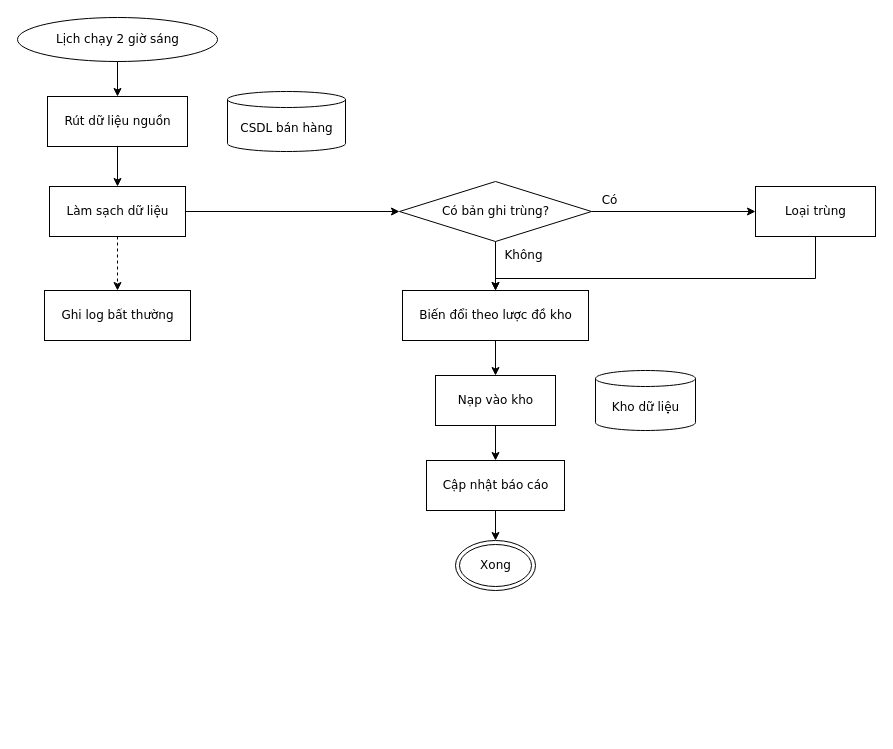
Before: conformance/golden/mermaid/06-etl.drawio in luytbq/flowcast, a draw.io diagram. Source tidied: cells renumbered, new cells numbered last; positions are measured from the earlier drawing's top-left corner, leaving out a move shared by most shapes. Both pictures are drawn from the tidied source at 100%, with x=0, y=0 at pixel (17, 17).
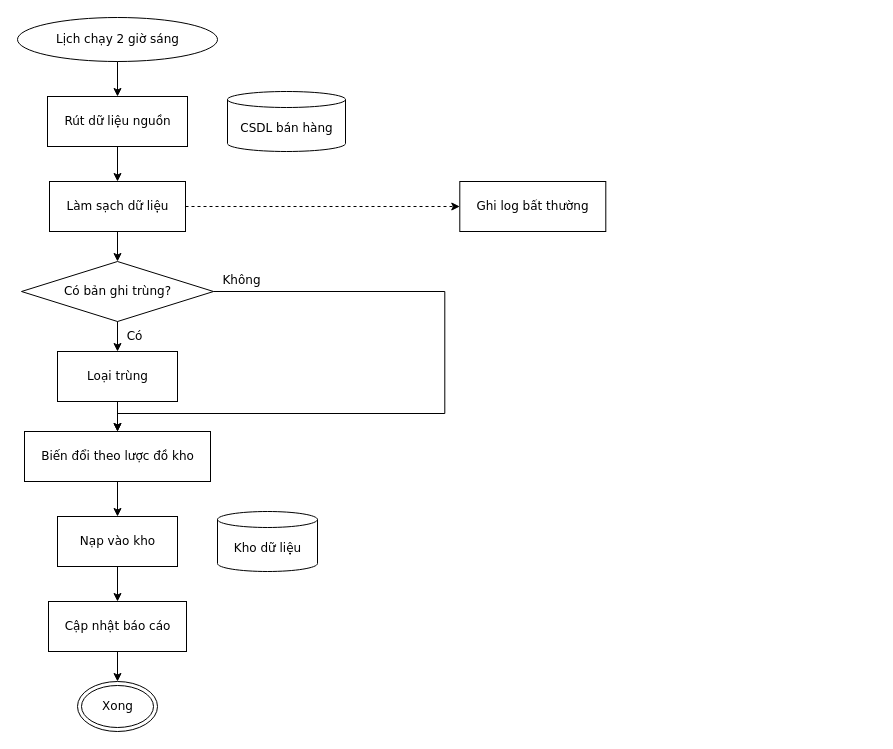
The same page after the edit.

Change to the diagram source:
```diff
@@
     <mxCell id="5" value="Làm sạch dữ liệu" style="rounded=0;html=1;fontFamily=Verdana;fontSize=12;flowtable=1;" parent="1" vertex="1">
-      <mxGeometry x="32" y="169" width="136" height="50" as="geometry" />
+      <mxGeometry x="32" y="164" width="136" height="50" as="geometry" />
     </mxCell>
     <mxCell id="6" value="Có bản ghi trùng?" style="rhombus;html=1;fontFamily=Verdana;fontSize=12;flowtable=1;" parent="1" vertex="1">
-      <mxGeometry x="382" y="164" width="192" height="60" as="geometry" />
+      <mxGeometry x="4" y="244" width="192" height="60" as="geometry" />
     </mxCell>
     <mxCell id="7" value="Loại trùng" style="rounded=0;html=1;fontFamily=Verdana;fontSize=12;flowtable=1;" parent="1" vertex="1">
-      <mxGeometry x="738" y="169" width="120" height="50" as="geometry" />
+      <mxGeometry x="40" y="334" width="120" height="50" as="geometry" />
     </mxCell>
     <mxCell id="8" value="Biến đổi theo lược đồ kho" style="rounded=0;html=1;fontFamily=Verdana;fontSize=12;flowtable=1;" parent="1" vertex="1">
-      <mxGeometry x="385" y="273" width="186" height="50" as="geometry" />
+      <mxGeometry x="7" y="414" width="186" height="50" as="geometry" />
     </mxCell>
     <mxCell id="9" value="Nạp vào kho" style="rounded=0;html=1;fontFamily=Verdana;fontSize=12;flowtable=1;" parent="1" vertex="1">
-      <mxGeometry x="418" y="358" width="120" height="50" as="geometry" />
+      <mxGeometry x="40" y="499" width="120" height="50" as="geometry" />
     </mxCell>
     <mxCell id="10" value="Kho dữ liệu" style="shape=cylinder3;html=1;boundedLbl=1;backgroundOutline=1;size=8;fontFamily=Verdana;fontSize=12;flowtable=1;" parent="1" vertex="1">
-      <mxGeometry x="578" y="353" width="100" height="60" as="geometry" />
+      <mxGeometry x="200" y="494" width="100" height="60" as="geometry" />
     </mxCell>
     <mxCell id="11" value="Cập nhật báo cáo" style="rounded=0;html=1;fontFamily=Verdana;fontSize=12;flowtable=1;" parent="1" vertex="1">
-      <mxGeometry x="409" y="443" width="138" height="50" as="geometry" />
+      <mxGeometry x="31" y="584" width="138" height="50" as="geometry" />
     </mxCell>
     <mxCell id="12" value="Xong" style="shape=doubleEllipse;html=1;fontFamily=Verdana;fontSize=12;flowtable=1;" parent="1" vertex="1">
-      <mxGeometry x="438" y="523" width="80" height="50" as="geometry" />
+      <mxGeometry x="60" y="664" width="80" height="50" as="geometry" />
     </mxCell>
     <mxCell id="13" value="Ghi log bất thường" style="rounded=0;html=1;fontFamily=Verdana;fontSize=12;flowtable=1;" parent="1" vertex="1">
-      <mxGeometry x="27" y="273" width="146" height="50" as="geometry" />
+      <mxGeometry x="442.3" y="164" width="146" height="50" as="geometry" />
     </mxCell>
@@
-    <mxCell id="16" style="edgeStyle=orthogonalEdgeStyle;rounded=0;jettySize=auto;html=1;labelBackgroundColor=default;exitX=1;exitY=0.5;exitDx=0;exitDy=0;entryX=0;entryY=0.5;entryDx=0;entryDy=0;fontFamily=Verdana;fontSize=12;flowtable=1;" parent="1" edge="1" source="5" target="6">
+    <mxCell id="16" style="edgeStyle=orthogonalEdgeStyle;rounded=0;jettySize=auto;html=1;labelBackgroundColor=default;exitX=0.5;exitY=1;exitDx=0;exitDy=0;entryX=0.5;entryY=0;entryDx=0;entryDy=0;fontFamily=Verdana;fontSize=12;flowtable=1;" parent="1" edge="1" source="5" target="6">
       <mxGeometry relative="1" as="geometry" />
     </mxCell>
-    <mxCell id="17" style="edgeStyle=orthogonalEdgeStyle;rounded=0;jettySize=auto;html=1;labelBackgroundColor=default;exitX=0.5;exitY=1;exitDx=0;exitDy=0;entryX=0.5;entryY=0;entryDx=0;entryDy=0;dashed=1;fontFamily=Verdana;fontSize=12;flowtable=1;" parent="1" edge="1" source="5" target="13">
+    <mxCell id="17" style="edgeStyle=orthogonalEdgeStyle;rounded=0;jettySize=auto;html=1;labelBackgroundColor=default;exitX=1;exitY=0.5;exitDx=0;exitDy=0;entryX=0;entryY=0.5;entryDx=0;entryDy=0;dashed=1;fontFamily=Verdana;fontSize=12;flowtable=1;" parent="1" edge="1" source="5" target="13">
       <mxGeometry relative="1" as="geometry" />
     </mxCell>
-    <mxCell id="18" value="Có" style="edgeStyle=orthogonalEdgeStyle;rounded=0;jettySize=auto;html=1;labelBackgroundColor=default;exitX=1;exitY=0.5;exitDx=0;exitDy=0;entryX=0;entryY=0.5;entryDx=0;entryDy=0;fontFamily=Verdana;fontSize=12;flowtable=1;" parent="1" edge="1" source="6" target="7">
-      <mxGeometry x="-0.78" relative="1" as="geometry">
-        <mxPoint y="-11.5" as="offset" />
+    <mxCell id="18" value="Có" style="edgeStyle=orthogonalEdgeStyle;rounded=0;jettySize=auto;html=1;labelBackgroundColor=default;exitX=0.5;exitY=1;exitDx=0;exitDy=0;entryX=0.5;entryY=0;entryDx=0;entryDy=0;fontFamily=Verdana;fontSize=12;flowtable=1;" parent="1" edge="1" source="6" target="7">
+      <mxGeometry x="-0.03" relative="1" as="geometry">
+        <mxPoint x="16.8" as="offset" />
       </mxGeometry>
     </mxCell>
-    <mxCell id="19" value="Không" style="edgeStyle=orthogonalEdgeStyle;rounded=0;jettySize=auto;html=1;labelBackgroundColor=default;exitX=0.5;exitY=1;exitDx=0;exitDy=0;entryX=0.5;entryY=0;entryDx=0;entryDy=0;fontFamily=Verdana;fontSize=12;flowtable=1;" parent="1" edge="1" source="6" target="8">
-      <mxGeometry x="-0.41" relative="1" as="geometry">
-        <mxPoint x="28.1" as="offset" />
+    <mxCell id="19" value="Không" style="edgeStyle=orthogonalEdgeStyle;rounded=0;jettySize=auto;html=1;labelBackgroundColor=default;exitX=1;exitY=0.5;exitDx=0;exitDy=0;entryX=0.5;entryY=0;entryDx=0;entryDy=0;fontFamily=Verdana;fontSize=12;flowtable=1;" parent="1" edge="1" source="6" target="8">
+      <mxGeometry x="-0.92" relative="1" as="geometry">
+        <Array as="points">
+          <mxPoint x="427.3" y="274" />
+          <mxPoint x="427.3" y="396" />
+          <mxPoint x="100" y="396" />
+        </Array>
+        <mxPoint y="-11.5" as="offset" />
       </mxGeometry>
     </mxCell>
     <mxCell id="20" style="edgeStyle=orthogonalEdgeStyle;rounded=0;jettySize=auto;html=1;labelBackgroundColor=default;exitX=0.5;exitY=1;exitDx=0;exitDy=0;entryX=0.5;entryY=0;entryDx=0;entryDy=0;fontFamily=Verdana;fontSize=12;flowtable=1;" parent="1" edge="1" source="7" target="8">
-      <mxGeometry relative="1" as="geometry">
-        <Array as="points">
-          <mxPoint x="798" y="261" />
-          <mxPoint x="478" y="261" />
-        </Array>
-      </mxGeometry>
+      <mxGeometry relative="1" as="geometry" />
     </mxCell>
```
